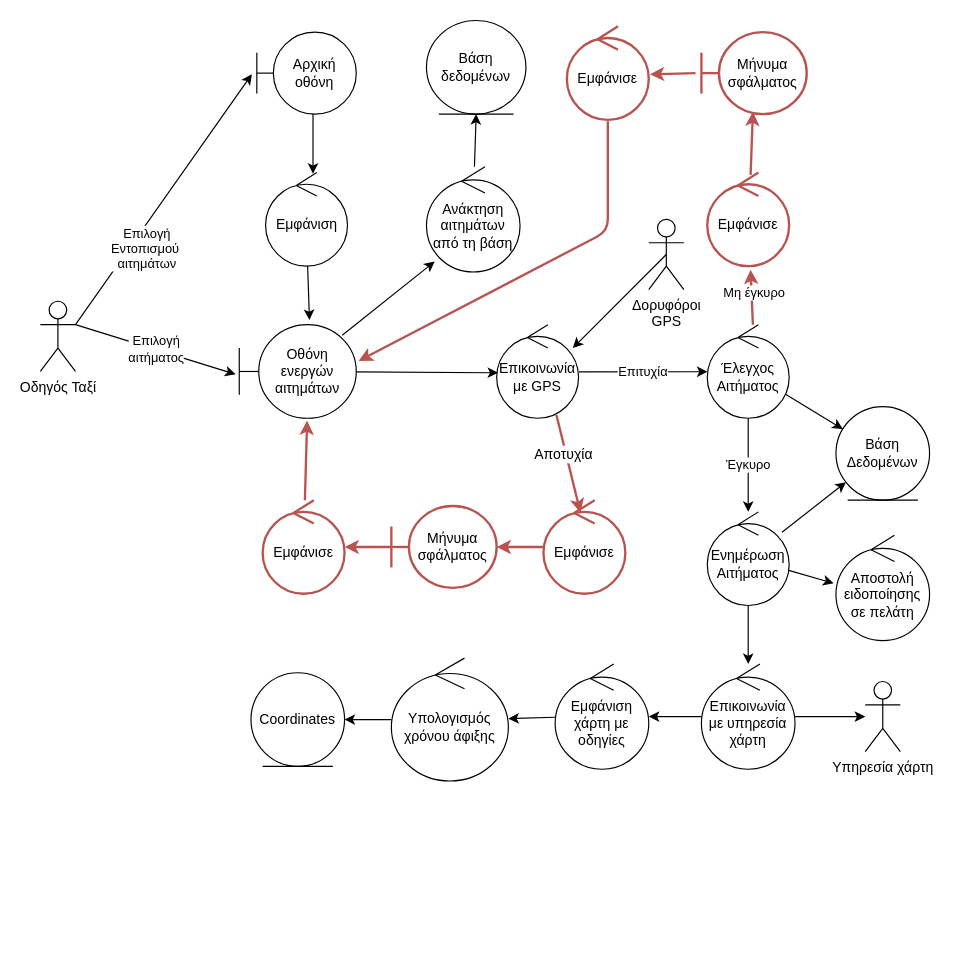
The draw.io diagram Part_2/Robustness/diagrams/08_Αποδοχή_Αιτήματος_Ταξί.drawio in Nikolis2002/texnoligia_logismikou, before the edit. Source tidied: cells renumbered, new cells numbered last; positions are measured from the earlier drawing's top-left corner, leaving out a move shared by most shapes. Both pictures are drawn from the tidied source at 117%, with x=0, y=0 at pixel (40, 20).
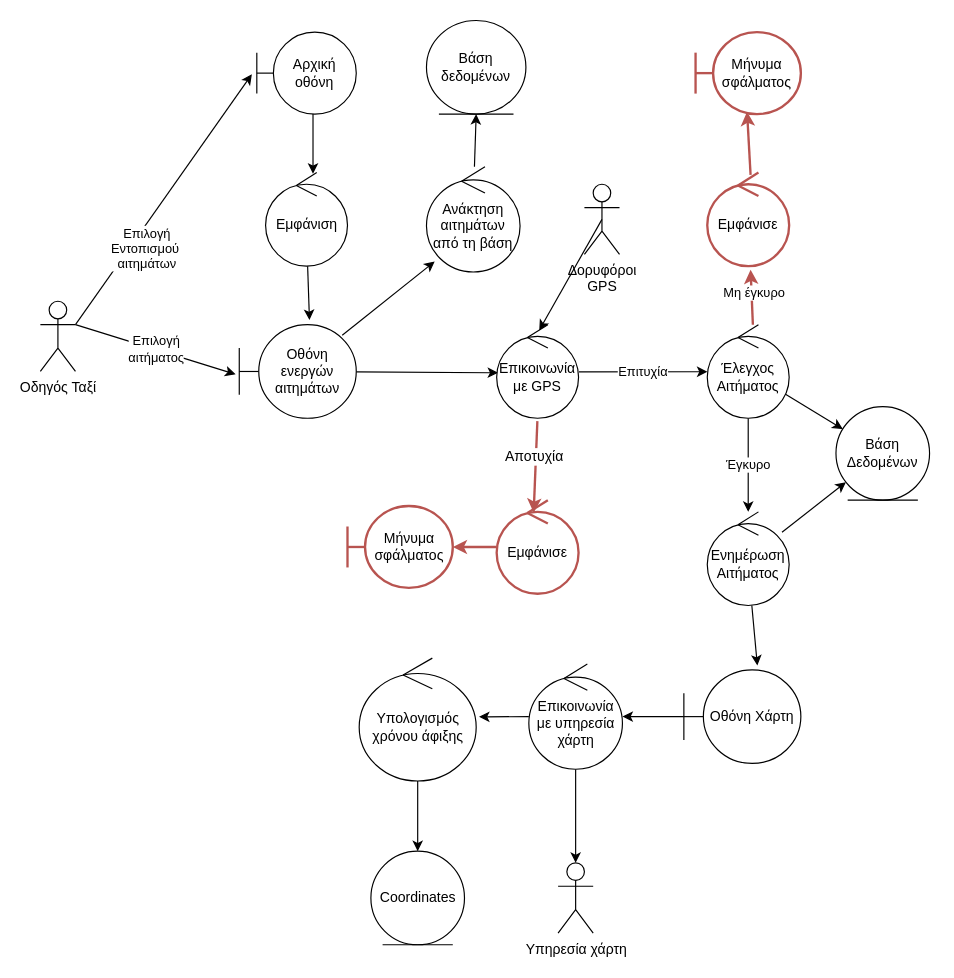
Above is the later version.

Unchanged cells that the change refers to:
```xml
<mxCell id="8" value="Οθόνη ενεργών αιτημάτων" style="shape=umlBoundary;whiteSpace=wrap;html=1;" parent="1" vertex="1">
  <mxGeometry x="170" y="260" width="100" height="80" as="geometry" />
</mxCell>
<mxCell id="17" value="Ενημέρωση Αιτήματος" style="ellipse;shape=umlControl;whiteSpace=wrap;html=1;" parent="1" vertex="1">
  <mxGeometry x="570" y="420" width="70" height="80" as="geometry" />
</mxCell>
<mxCell id="24" value="Επικοινωνία με GPS" style="ellipse;shape=umlControl;whiteSpace=wrap;html=1;" parent="1" vertex="1">
  <mxGeometry x="390" y="260" width="70" height="80" as="geometry" />
</mxCell>
```

Change to the diagram source:
```diff
@@
-    <mxCell id="15" style="edgeStyle=none;html=1;endArrow=classic;endFill=1;" parent="1" edge="1" source="17" target="42">
+    <mxCell id="15" style="edgeStyle=none;html=1;endArrow=classic;endFill=1;entryX=0.628;entryY=-0.047;entryDx=0;entryDy=0;entryPerimeter=0;" parent="1" edge="1" source="17" target="54">
       <mxGeometry relative="1" as="geometry" />
     </mxCell>
-    <mxCell id="16" style="edgeStyle=none;html=1;entryX=-0.025;entryY=0.456;entryDx=0;entryDy=0;entryPerimeter=0;" parent="1" edge="1" source="17" target="49">
-      <mxGeometry relative="1" as="geometry" />
-    </mxCell>
@@
-    <mxCell id="19" style="edgeStyle=none;html=1;entryX=0.929;entryY=0.25;entryDx=0;entryDy=0;entryPerimeter=0;exitX=0.5;exitY=0.5;exitDx=0;exitDy=0;exitPerimeter=0;" parent="1" edge="1" source="20" target="24">
+    <mxCell id="19" style="edgeStyle=none;html=1;entryX=0.52;entryY=0.06;entryDx=0;entryDy=0;entryPerimeter=0;exitX=0.5;exitY=0.5;exitDx=0;exitDy=0;exitPerimeter=0;" parent="1" edge="1" source="20" target="24">
       <mxGeometry relative="1" as="geometry" />
     </mxCell>
     <mxCell id="20" value="Δορυφόροι&lt;br&gt;GPS" style="shape=umlActor;verticalLabelPosition=bottom;verticalAlign=top;html=1;" parent="1" vertex="1">
-      <mxGeometry x="520" y="170" width="30" height="60" as="geometry" />
+      <mxGeometry x="465" y="140" width="30" height="60" as="geometry" />
     </mxCell>
@@
     <mxCell id="29" value="Μήνυμα σφάλματος" style="shape=umlBoundary;whiteSpace=wrap;html=1;fillColor=none;strokeColor=#b85450;strokeWidth=2;" parent="1" vertex="1">
-      <mxGeometry x="565" y="10" width="90" height="70" as="geometry" />
+      <mxGeometry x="560" y="10" width="90" height="70" as="geometry" />
     </mxCell>
-    <mxCell id="30" value="Εμφάνισε" style="ellipse;shape=umlControl;whiteSpace=wrap;html=1;fillColor=none;strokeColor=#b85450;strokeWidth=2;" parent="1" vertex="1">
-      <mxGeometry x="450" y="5" width="70" height="80" as="geometry" />
-    </mxCell>
-    <mxCell id="31" style="edgeStyle=none;html=1;strokeWidth=2;fontSize=12;fillColor=none;strokeColor=#b85450;exitX=-0.056;exitY=0.5;exitDx=0;exitDy=0;exitPerimeter=0;entryX=1.014;entryY=0.513;entryDx=0;entryDy=0;entryPerimeter=0;" parent="1" edge="1" source="29" target="30">
-      <mxGeometry relative="1" as="geometry" />
-    </mxCell>
-    <mxCell id="32" style="edgeStyle=none;html=1;strokeWidth=2;fontSize=12;fillColor=none;strokeColor=#b85450;exitX=0.5;exitY=1.013;exitDx=0;exitDy=0;exitPerimeter=0;entryX=1.02;entryY=0.388;entryDx=0;entryDy=0;entryPerimeter=0;" parent="1" edge="1" source="30" target="8">
-      <mxGeometry relative="1" as="geometry">
-        <Array as="points">
-          <mxPoint x="485" y="180" />
-        </Array>
-      </mxGeometry>
-    </mxCell>
-    <mxCell id="33" value="Αποτυχία" style="edgeStyle=none;html=1;strokeWidth=2;fontSize=12;fillColor=none;strokeColor=#b85450;entryX=0.452;entryY=0.134;entryDx=0;entryDy=0;entryPerimeter=0;exitX=0.729;exitY=0.963;exitDx=0;exitDy=0;exitPerimeter=0;" parent="1" edge="1" source="24" target="35">
+    <mxCell id="33" value="Αποτυχία" style="edgeStyle=none;html=1;strokeWidth=2;fontSize=12;fillColor=none;strokeColor=#b85450;entryX=0.452;entryY=0.134;entryDx=0;entryDy=0;entryPerimeter=0;exitX=0.497;exitY=1.03;exitDx=0;exitDy=0;exitPerimeter=0;" parent="1" edge="1" source="24" target="35">
       <mxGeometry x="-0.2" y="-2" relative="1" as="geometry" />
     </mxCell>
@@
     <mxCell id="35" value="Εμφάνισε" style="ellipse;shape=umlControl;whiteSpace=wrap;html=1;fillColor=none;strokeColor=#b85450;strokeWidth=2;" parent="1" vertex="1">
-      <mxGeometry x="430" y="410" width="70" height="80" as="geometry" />
+      <mxGeometry x="390" y="410" width="70" height="80" as="geometry" />
     </mxCell>
-    <mxCell id="36" style="edgeStyle=none;html=1;endArrow=classic;endFill=1;fontSize=12;strokeColor=#b85450;strokeWidth=2;fillColor=none;" parent="1" edge="1" source="37" target="39">
-      <mxGeometry relative="1" as="geometry" />
-    </mxCell>
     <mxCell id="37" value="Μήνυμα σφάλματος" style="shape=umlBoundary;whiteSpace=wrap;html=1;fillColor=none;strokeColor=#b85450;strokeWidth=2;" parent="1" vertex="1">
-      <mxGeometry x="300" y="415" width="90" height="70" as="geometry" />
+      <mxGeometry x="262.5" y="415" width="90" height="70" as="geometry" />
     </mxCell>
-    <mxCell id="38" style="edgeStyle=none;html=1;entryX=0.58;entryY=1.025;entryDx=0;entryDy=0;entryPerimeter=0;endArrow=classic;endFill=1;fontSize=12;strokeColor=#b85450;strokeWidth=2;fillColor=none;" parent="1" edge="1" source="39" target="8">
-      <mxGeometry relative="1" as="geometry" />
-    </mxCell>
-    <mxCell id="39" value="Εμφάνισε" style="ellipse;shape=umlControl;whiteSpace=wrap;html=1;fillColor=none;strokeColor=#b85450;strokeWidth=2;" parent="1" vertex="1">
-      <mxGeometry x="190" y="410" width="70" height="80" as="geometry" />
-    </mxCell>
-    <mxCell id="40" style="edgeStyle=none;html=1;endArrow=classic;endFill=1;" parent="1" edge="1" source="42" target="44">
+    <mxCell id="40" style="edgeStyle=none;html=1;endArrow=classic;endFill=1;entryX=1.024;entryY=0.478;entryDx=0;entryDy=0;entryPerimeter=0;" parent="1" edge="1" source="42" target="47">
       <mxGeometry relative="1" as="geometry" />
     </mxCell>
@@
     <mxCell id="42" value="Επικοινωνία με υπηρεσία χάρτη" style="ellipse;shape=umlControl;whiteSpace=wrap;html=1;" parent="1" vertex="1">
-      <mxGeometry x="565" y="550" width="80" height="90" as="geometry" />
+      <mxGeometry x="417.5" y="550" width="80" height="90" as="geometry" />
     </mxCell>
-    <mxCell id="43" style="edgeStyle=none;html=1;endArrow=classic;endFill=1;" parent="1" edge="1" source="44" target="47">
-      <mxGeometry relative="1" as="geometry" />
-    </mxCell>
-    <mxCell id="44" value="Εμφάνιση χάρτη με οδηγίες" style="ellipse;shape=umlControl;whiteSpace=wrap;html=1;" parent="1" vertex="1">
-      <mxGeometry x="440" y="550" width="80" height="90" as="geometry" />
-    </mxCell>
     <mxCell id="45" value="Υπηρεσία χάρτη" style="shape=umlActor;verticalLabelPosition=bottom;verticalAlign=top;html=1;" parent="1" vertex="1">
-      <mxGeometry x="705" y="565" width="30" height="60" as="geometry" />
+      <mxGeometry x="442.5" y="720" width="30" height="60" as="geometry" />
     </mxCell>
-    <mxCell id="46" style="edgeStyle=none;html=1;endArrow=classic;endFill=1;" parent="1" edge="1" source="47" target="48">
+    <mxCell id="46" style="edgeStyle=none;html=1;endArrow=classic;endFill=1;entryX=0.5;entryY=0;entryDx=0;entryDy=0;" parent="1" edge="1" source="47" target="48">
       <mxGeometry relative="1" as="geometry" />
     </mxCell>
     <mxCell id="47" value="Υπολογισμός χρόνου άφιξης" style="ellipse;shape=umlControl;whiteSpace=wrap;html=1;" parent="1" vertex="1">
-      <mxGeometry x="300" y="545" width="100" height="105" as="geometry" />
+      <mxGeometry x="272.5" y="545" width="100" height="105" as="geometry" />
     </mxCell>
     <mxCell id="48" value="Coordinates" style="ellipse;shape=umlEntity;whiteSpace=wrap;html=1;" parent="1" vertex="1">
-      <mxGeometry x="180" y="557.5" width="80" height="80" as="geometry" />
+      <mxGeometry x="282.5" y="710" width="80" height="80" as="geometry" />
     </mxCell>
-    <mxCell id="49" value="Αποστολή ειδοποίησης σε πελάτη" style="ellipse;shape=umlControl;whiteSpace=wrap;html=1;" parent="1" vertex="1">
-      <mxGeometry x="680" y="440" width="80" height="90" as="geometry" />
-    </mxCell>
@@
+    <mxCell id="53" style="edgeStyle=none;html=1;" parent="1" edge="1" source="54" target="42">
+      <mxGeometry relative="1" as="geometry" />
+    </mxCell>
+    <mxCell id="54" value="Οθόνη Χάρτη" style="shape=umlBoundary;whiteSpace=wrap;html=1;" parent="1" vertex="1">
+      <mxGeometry x="550" y="555" width="100" height="80" as="geometry" />
+    </mxCell>
```
